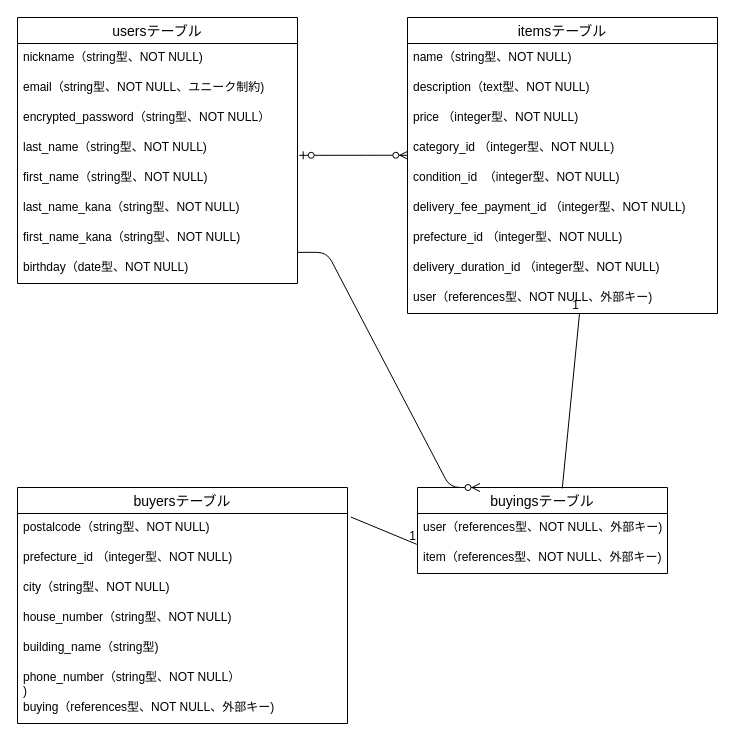
Before: furima.dio in t-fukaishi/furima-40017, a draw.io diagram. Source tidied: cells renumbered, new cells numbered last; positions are measured from the earlier drawing's top-left corner, leaving out a move shared by most shapes. Both pictures are drawn from the tidied source at 100%, with x=0, y=0 at pixel (17, 17).
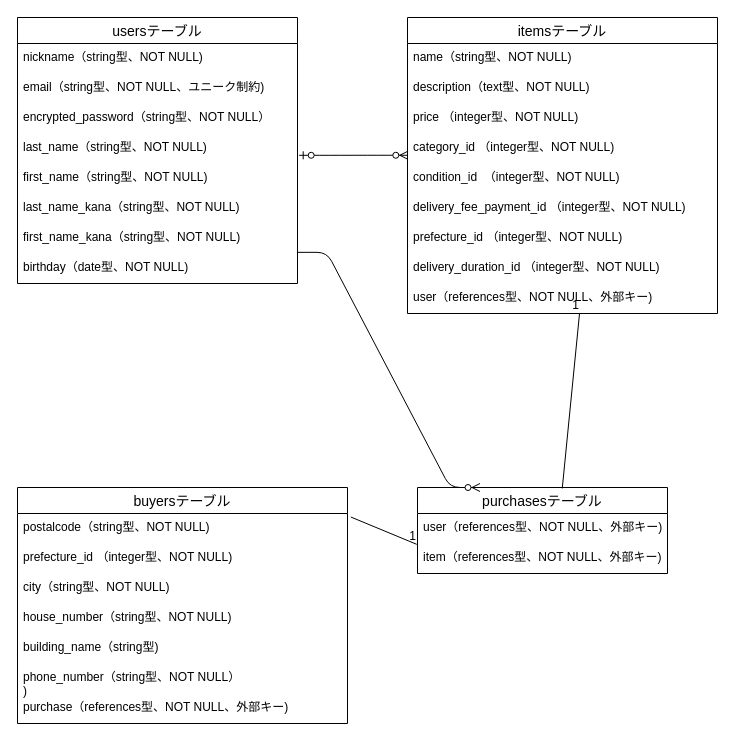
After the change.

Commit message (it also covers changes not shown here):
テーブル名変更

Unchanged cells that the change refers to:
```xml
<mxCell id="21" value="buyersテーブル" style="swimlane;fontStyle=0;horizontal=1;startSize=26;align=center;fontSize=14;strokeColor=default;fillColor=none;" parent="1" vertex="1">
  <mxGeometry y="470" width="330" height="236" as="geometry" />
</mxCell>
```

Change to the diagram source:
```diff
@@
-    <mxCell id="28" value="buying（references型、NOT NULL、外部キー)" style="text;strokeColor=none;fillColor=none;spacingLeft=4;spacingRight=4;overflow=hidden;fontSize=12;" parent="21" vertex="1">
+    <mxCell id="28" value="purchase（references型、NOT NULL、外部キー)" style="text;strokeColor=none;fillColor=none;spacingLeft=4;spacingRight=4;overflow=hidden;fontSize=12;" parent="21" vertex="1">
       <mxGeometry y="206" width="330" height="30" as="geometry" />
     </mxCell>
-    <mxCell id="29" value="buyingsテーブル" style="swimlane;fontStyle=0;horizontal=1;startSize=26;align=center;fontSize=14;strokeColor=default;fillColor=none;" parent="1" vertex="1">
+    <mxCell id="29" value="purchasesテーブル" style="swimlane;fontStyle=0;horizontal=1;startSize=26;align=center;fontSize=14;strokeColor=default;fillColor=none;" parent="1" vertex="1">
       <mxGeometry x="400" y="470" width="250" height="86" as="geometry" />
     </mxCell>
```
